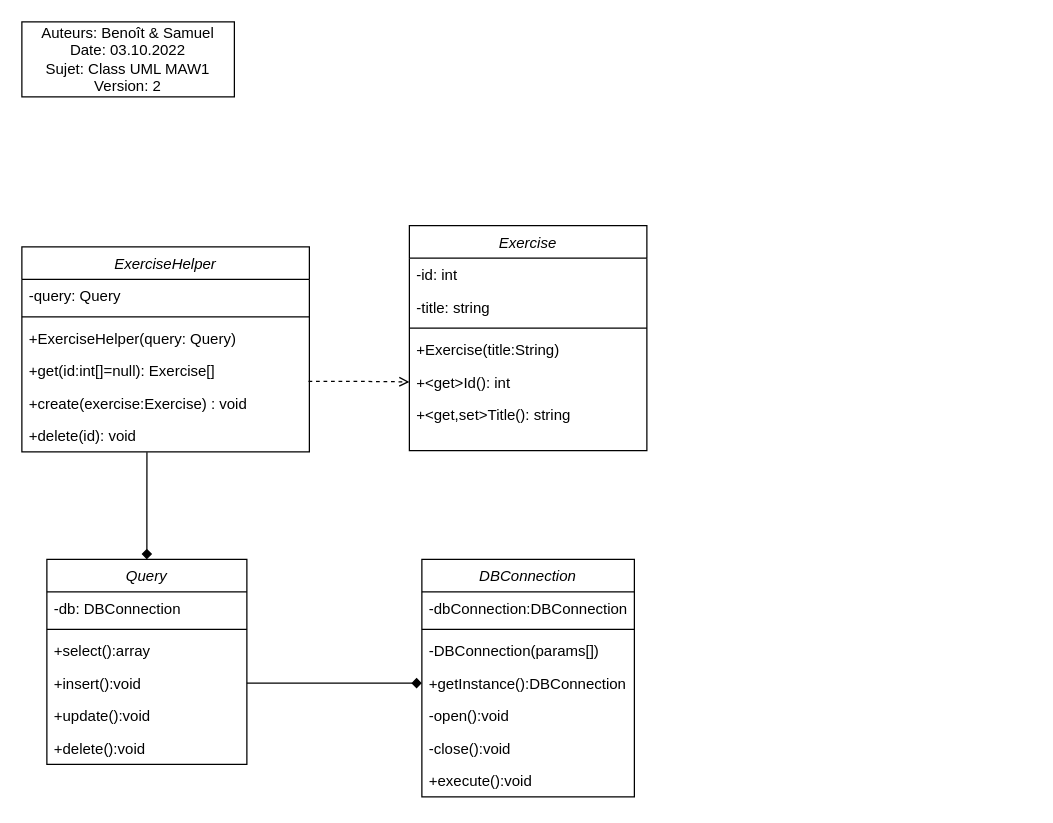
The draw.io diagram modelisation/ClassUML.drawio in CPNV-ES/MAW1-BPT-SMD, before the edit. Source tidied: cells renumbered, new cells numbered last; positions are measured from the earlier drawing's top-left corner, leaving out a move shared by most shapes. Both pictures are drawn from the tidied source at 125%, with x=0, y=0 at pixel (21, 21).
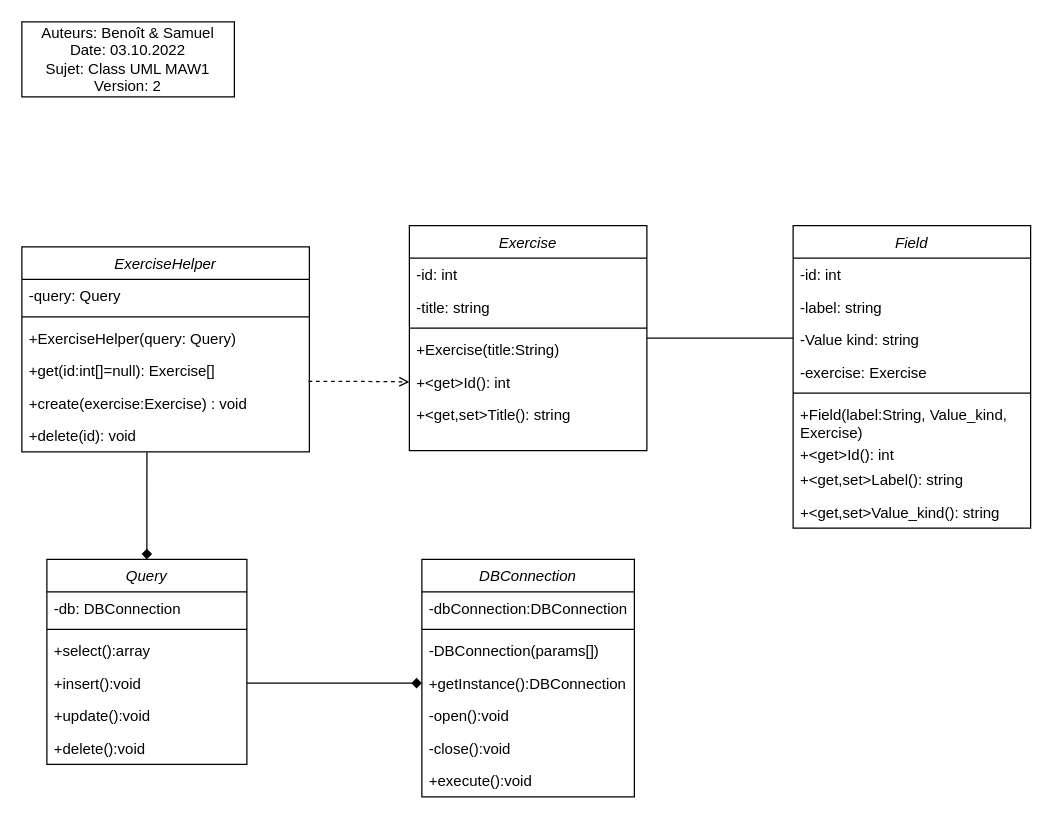
After the change.

Commit message:
Add fields to class diagram

What changed in the source:
```diff
@@
+    <mxCell id="35" value="Field" style="swimlane;fontStyle=2;align=center;verticalAlign=top;horizontal=1;startSize=26;rounded=0;shadow=0;strokeWidth=1;" parent="1" vertex="1">
+      <mxGeometry x="617" y="163" width="190" height="242" as="geometry" />
+    </mxCell>
+    <mxCell id="36" value="-id: int" style="text;align=left;verticalAlign=top;spacingLeft=4;spacingRight=4;overflow=hidden;rounded=0;shadow=0;html=0;" parent="35" vertex="1">
+      <mxGeometry y="26" width="190" height="26" as="geometry" />
+    </mxCell>
+    <mxCell id="37" value="-label: string" style="text;align=left;verticalAlign=top;spacingLeft=4;spacingRight=4;overflow=hidden;rounded=0;shadow=0;html=0;" parent="35" vertex="1">
+      <mxGeometry y="52" width="190" height="26" as="geometry" />
+    </mxCell>
+    <mxCell id="38" value="-Value kind: string" style="text;align=left;verticalAlign=top;spacingLeft=4;spacingRight=4;overflow=hidden;rounded=0;shadow=0;html=0;" parent="35" vertex="1">
+      <mxGeometry y="78" width="190" height="26" as="geometry" />
+    </mxCell>
+    <mxCell id="39" value="-exercise: Exercise" style="text;align=left;verticalAlign=top;spacingLeft=4;spacingRight=4;overflow=hidden;rounded=0;shadow=0;html=0;" parent="35" vertex="1">
+      <mxGeometry y="104" width="190" height="26" as="geometry" />
+    </mxCell>
+    <mxCell id="40" style="line;html=1;strokeWidth=1;align=left;verticalAlign=middle;spacingTop=-1;spacingLeft=3;spacingRight=3;labelPosition=right;" parent="35" vertex="1">
+      <mxGeometry y="130" width="190" height="8" as="geometry" />
+    </mxCell>
+    <mxCell id="41" value="+Field(label:String, Value_kind,&#10;Exercise)" style="text;align=left;verticalAlign=top;spacingLeft=4;spacingRight=4;overflow=hidden;rounded=0;shadow=0;html=0;" parent="35" vertex="1">
+      <mxGeometry y="138" width="190" height="32" as="geometry" />
+    </mxCell>
+    <mxCell id="42" value="+&lt;get&gt;Id(): int" style="text;align=left;verticalAlign=top;spacingLeft=4;spacingRight=4;overflow=hidden;rounded=0;shadow=0;html=0;" parent="35" vertex="1">
+      <mxGeometry y="170" width="190" height="20" as="geometry" />
+    </mxCell>
+    <mxCell id="43" value="+&lt;get,set&gt;Label(): string" style="text;align=left;verticalAlign=top;spacingLeft=4;spacingRight=4;overflow=hidden;rounded=0;shadow=0;html=0;" parent="35" vertex="1">
+      <mxGeometry y="190" width="190" height="26" as="geometry" />
+    </mxCell>
+    <mxCell id="44" value="+&lt;get,set&gt;Value_kind(): string" style="text;align=left;verticalAlign=top;spacingLeft=4;spacingRight=4;overflow=hidden;rounded=0;shadow=0;html=0;" parent="35" vertex="1">
+      <mxGeometry y="216" width="190" height="26" as="geometry" />
+    </mxCell>
+    <mxCell id="45" style="edgeStyle=orthogonalEdgeStyle;rounded=0;orthogonalLoop=1;jettySize=auto;html=1;endArrow=none;endFill=0;" parent="1" edge="1">
+      <mxGeometry relative="1" as="geometry">
+        <mxPoint x="617" y="253" as="sourcePoint" />
+        <mxPoint x="500" y="253" as="targetPoint" />
+        <Array as="points">
+          <mxPoint x="611" y="253" />
+        </Array>
+      </mxGeometry>
+    </mxCell>
```
